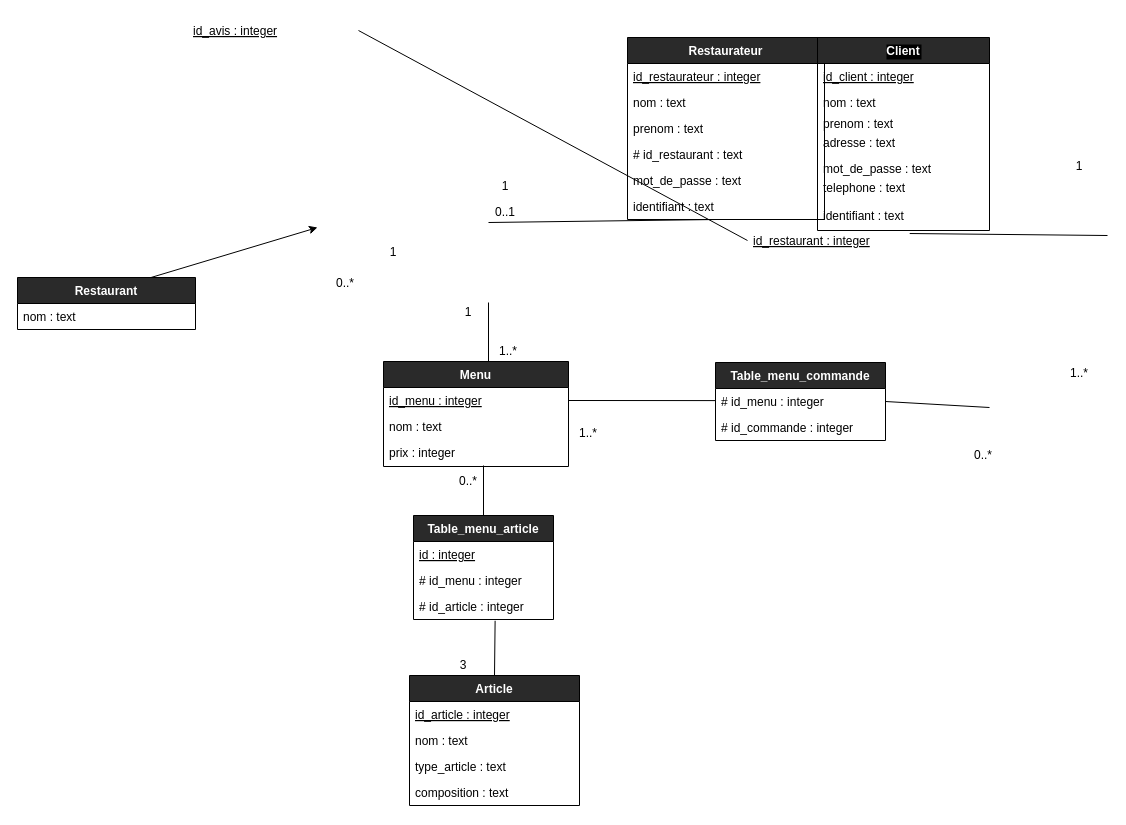
TheAIWizard/Ensaeats keeps this draw.io diagram as diagrammes/diagramme_logique.drawio. Above is the earlier version. Source tidied: cells renumbered, new cells numbered last; positions are measured from the earlier drawing's top-left corner, leaving out a move shared by most shapes. Both pictures are drawn from the tidied source at 100%, with x=0, y=0 at pixel (17, 17).
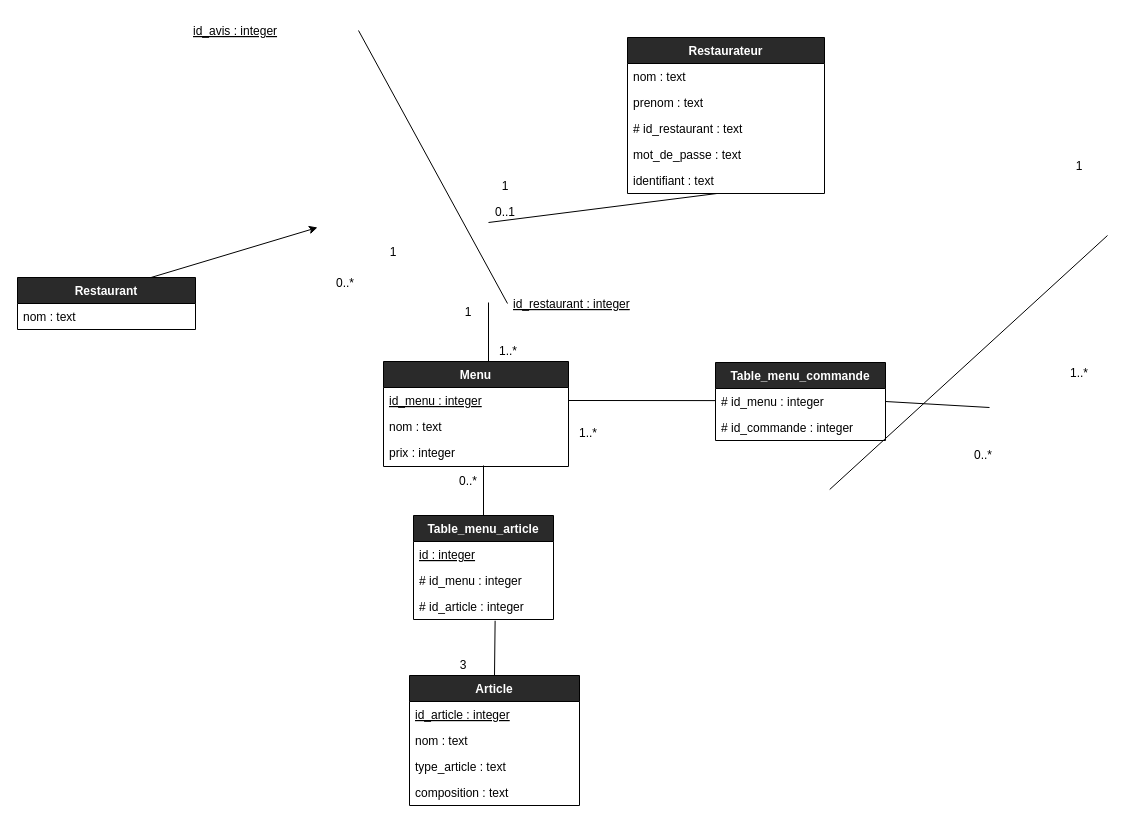
Above is the later version.

Commit message:
diag log

What changed in the source:
```diff
@@
     <mxCell id="8" value="Restaurateur" style="swimlane;fontStyle=1;horizontal=1;startSize=26;rounded=0;shadow=0;glass=0;sketch=0;fillColor=#2a2a2a;fontColor=#FFFFFF;" parent="1" vertex="1">
-      <mxGeometry x="610" y="20" width="197" height="182" as="geometry" />
+      <mxGeometry x="610" y="20" width="197" height="156" as="geometry" />
     </mxCell>
-    <mxCell id="9" value="id_restaurateur : integer" style="text;strokeColor=none;fillColor=none;align=left;verticalAlign=top;spacingLeft=4;spacingRight=4;overflow=hidden;fontStyle=4;fontColor=#000000;" parent="8" vertex="1">
-      <mxGeometry y="26" width="197" height="26" as="geometry" />
-    </mxCell>
     <mxCell id="10" value="nom : text" style="text;strokeColor=none;fillColor=none;align=left;verticalAlign=top;spacingLeft=4;spacingRight=4;overflow=hidden;fontColor=#000000;" parent="8" vertex="1">
-      <mxGeometry y="52" width="197" height="26" as="geometry" />
+      <mxGeometry y="26" width="197" height="26" as="geometry" />
     </mxCell>
     <mxCell id="11" value="prenom : text&#10;" style="text;strokeColor=none;fillColor=none;align=left;verticalAlign=top;spacingLeft=4;spacingRight=4;overflow=hidden;fontColor=#000000;" parent="8" vertex="1">
-      <mxGeometry y="78" width="197" height="26" as="geometry" />
+      <mxGeometry y="52" width="197" height="26" as="geometry" />
     </mxCell>
     <mxCell id="12" value="# id_restaurant : text" style="text;strokeColor=none;fillColor=none;align=left;verticalAlign=top;spacingLeft=4;spacingRight=4;overflow=hidden;labelBackgroundColor=#ffffff;fontColor=#000000;" parent="8" vertex="1">
-      <mxGeometry y="104" width="197" height="26" as="geometry" />
+      <mxGeometry y="78" width="197" height="26" as="geometry" />
     </mxCell>
     <mxCell id="13" value="mot_de_passe : text" style="text;strokeColor=none;fillColor=none;align=left;verticalAlign=top;spacingLeft=4;spacingRight=4;overflow=hidden;labelBackgroundColor=#ffffff;fontColor=#000000;" parent="8" vertex="1">
-      <mxGeometry y="130" width="197" height="26" as="geometry" />
+      <mxGeometry y="104" width="197" height="26" as="geometry" />
     </mxCell>
     <mxCell id="14" value="identifiant : text" style="text;strokeColor=none;fillColor=none;align=left;verticalAlign=top;spacingLeft=4;spacingRight=4;overflow=hidden;points=[[0,0.5],[1,0.5]];portConstraint=eastwest;labelBackgroundColor=#ffffff;fontColor=#000000;" parent="8" vertex="1">
-      <mxGeometry y="156" width="197" height="26" as="geometry" />
+      <mxGeometry y="130" width="197" height="26" as="geometry" />
     </mxCell>
@@
-    <mxCell id="39" value="Client" style="swimlane;fontStyle=1;horizontal=1;startSize=26;rounded=0;shadow=0;glass=0;sketch=0;fillColor=#2a2a2a;labelBackgroundColor=#000000;fontColor=#FFFFFF;" parent="1" vertex="1">
-      <mxGeometry x="800" y="20" width="172" height="193" as="geometry" />
-    </mxCell>
-    <mxCell id="40" value="id_client : integer" style="text;strokeColor=none;fillColor=none;align=left;verticalAlign=top;spacingLeft=4;spacingRight=4;overflow=hidden;fontStyle=4;fontColor=#000000;" parent="39" vertex="1">
-      <mxGeometry y="26" width="172" height="26" as="geometry" />
-    </mxCell>
-    <mxCell id="41" value="nom : text" style="text;strokeColor=none;fillColor=none;align=left;verticalAlign=top;spacingLeft=4;spacingRight=4;overflow=hidden;fontColor=#000000;" parent="39" vertex="1">
-      <mxGeometry y="52" width="172" height="21" as="geometry" />
-    </mxCell>
-    <mxCell id="42" value="prenom : text" style="text;strokeColor=none;fillColor=none;align=left;verticalAlign=top;spacingLeft=4;spacingRight=4;overflow=hidden;fontColor=#000000;" parent="39" vertex="1">
-      <mxGeometry y="73" width="172" height="19" as="geometry" />
-    </mxCell>
-    <mxCell id="43" value="adresse : text" style="text;strokeColor=none;fillColor=none;align=left;verticalAlign=top;spacingLeft=4;spacingRight=4;overflow=hidden;fontColor=#000000;" parent="39" vertex="1">
-      <mxGeometry y="92" width="172" height="26" as="geometry" />
-    </mxCell>
-    <mxCell id="44" value="mot_de_passe : text" style="text;strokeColor=none;fillColor=none;align=left;verticalAlign=top;spacingLeft=4;spacingRight=4;overflow=hidden;fontColor=#000000;" parent="39" vertex="1">
-      <mxGeometry y="118" width="172" height="19" as="geometry" />
-    </mxCell>
-    <mxCell id="45" value="telephone : text&#10;&#10;identifiant : text&#10;" style="text;strokeColor=none;fillColor=none;align=left;verticalAlign=top;spacingLeft=4;spacingRight=4;overflow=hidden;points=[[0,0.5],[1,0.5]];portConstraint=eastwest;rounded=1;fontColor=#000000;" parent="39" vertex="1">
-      <mxGeometry y="137" width="172" height="56" as="geometry" />
-    </mxCell>
-    <mxCell id="46" style="edgeStyle=none;html=1;exitX=0.5;exitY=0;exitDx=0;exitDy=0;entryX=0.536;entryY=1.054;entryDx=0;entryDy=0;entryPerimeter=0;endArrow=none;endFill=0;strokeColor=#000000;" parent="1" edge="1" target="45">
+    <mxCell id="46" style="edgeStyle=none;html=1;exitX=0.5;exitY=0;exitDx=0;exitDy=0;entryX=0.536;entryY=1.054;entryDx=0;entryDy=0;entryPerimeter=0;endArrow=none;endFill=0;strokeColor=#000000;" parent="1" edge="1">
       <mxGeometry relative="1" as="geometry">
         <mxPoint x="1090" y="218" as="sourcePoint" />
+        <mxPoint x="812.2" y="472" as="targetPoint" />
       </mxGeometry>
     </mxCell>
@@
     <mxCell id="58" value="id_restaurant : integer" style="text;strokeColor=none;fillColor=none;align=left;verticalAlign=top;spacingLeft=4;spacingRight=4;overflow=hidden;points=[[0,0.5],[1,0.5]];portConstraint=eastwest;fontStyle=4;fontColor=#000000;" parent="1" vertex="1">
-      <mxGeometry x="730" y="210" width="178" height="26" as="geometry" />
+      <mxGeometry x="490" y="273" width="178" height="26" as="geometry" />
     </mxCell>
```
